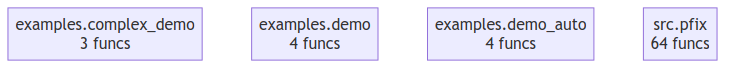
The Mermaid diagram project/compact_flow.png in semcod/pfix, before a commit. Its source is kept beside it as project/compact_flow.mmd.
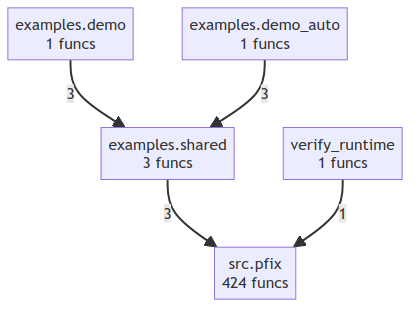
Later version of the same file.

The edit, as a diff of the source:
```diff
@@ -1,5 +1,10 @@
 flowchart TD
-    examples__complex_demo["examples.complex_demo<br/>3 funcs"]
-    examples__demo["examples.demo<br/>4 funcs"]
-    examples__demo_auto["examples.demo_auto<br/>4 funcs"]
-    src__pfix["src.pfix<br/>64 funcs"]
+    examples__demo["examples.demo<br/>1 funcs"]
+    examples__demo_auto["examples.demo_auto<br/>1 funcs"]
+    examples__shared["examples.shared<br/>3 funcs"]
+    src__pfix["src.pfix<br/>424 funcs"]
+    verify_runtime["verify_runtime<br/>1 funcs"]
+    examples__demo -->|3| examples__shared
+    examples__shared -->|3| src__pfix
+    examples__demo_auto -->|3| examples__shared
+    verify_runtime -->|1| src__pfix
```
